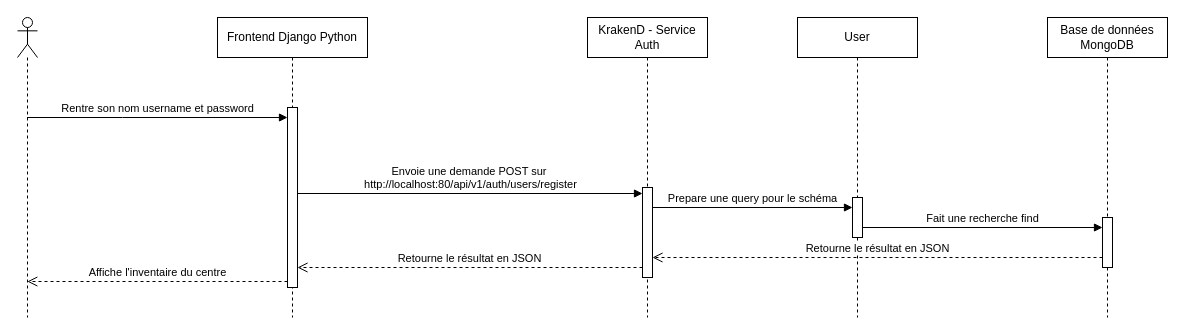
Above: docs/UML/Vues_de_processus/diag_register.drawio in PraMaks/LOG430_Labo_0 (draw.io), before the change. Source tidied: cells renumbered, new cells numbered last; positions are measured from the earlier drawing's top-left corner, leaving out a move shared by most shapes. Both pictures are drawn from the tidied source at 100%, with x=0, y=0 at pixel (17, 17).
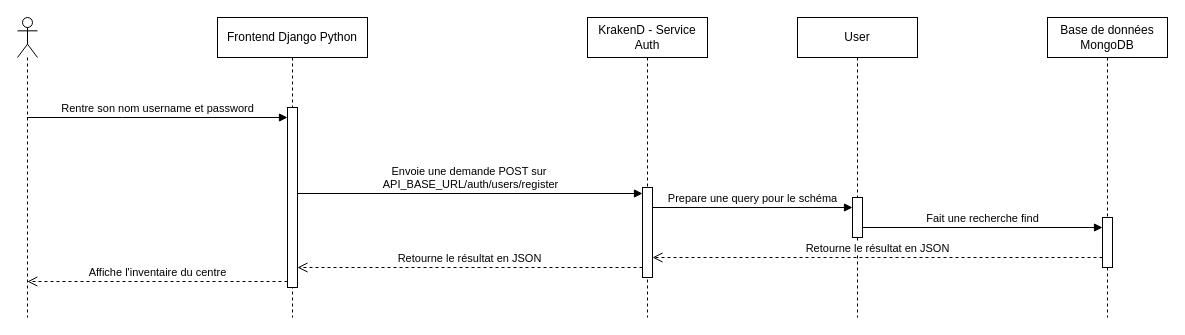
The same diagram, later.

The change refers to these unchanged cells:
```xml
<mxCell id="3" style="html=1;points=[];perimeter=orthogonalPerimeter;outlineConnect=0;targetShapes=umlLifeline;portConstraint=eastwest;newEdgeStyle={&quot;edgeStyle&quot;:&quot;elbowEdgeStyle&quot;,&quot;elbow&quot;:&quot;vertical&quot;,&quot;curved&quot;:0,&quot;rounded&quot;:0};" parent="2" vertex="1">
  <mxGeometry x="70" y="90" width="10" height="180" as="geometry" />
</mxCell>
```

Change to the diagram source:
```diff
@@
-    <mxCell id="12" value="Envoie une demande POST sur&amp;nbsp;&lt;div&gt;http://localhost:80/api/v1/auth/users/register&lt;/div&gt;" style="html=1;verticalAlign=bottom;endArrow=block;edgeStyle=elbowEdgeStyle;elbow=vertical;curved=0;rounded=0;" parent="1" edge="1" source="3">
+    <mxCell id="12" value="Envoie une demande POST sur&amp;nbsp;&lt;div&gt;API_BASE_URL/auth/users/register&lt;/div&gt;" style="html=1;verticalAlign=bottom;endArrow=block;edgeStyle=elbowEdgeStyle;elbow=vertical;curved=0;rounded=0;" parent="1" edge="1" source="3">
       <mxGeometry relative="1" as="geometry">
         <mxPoint x="625" y="176" as="targetPoint" />
         <Array as="points">
           <mxPoint x="385.5" y="176" />
         </Array>
       </mxGeometry>
     </mxCell>
```
